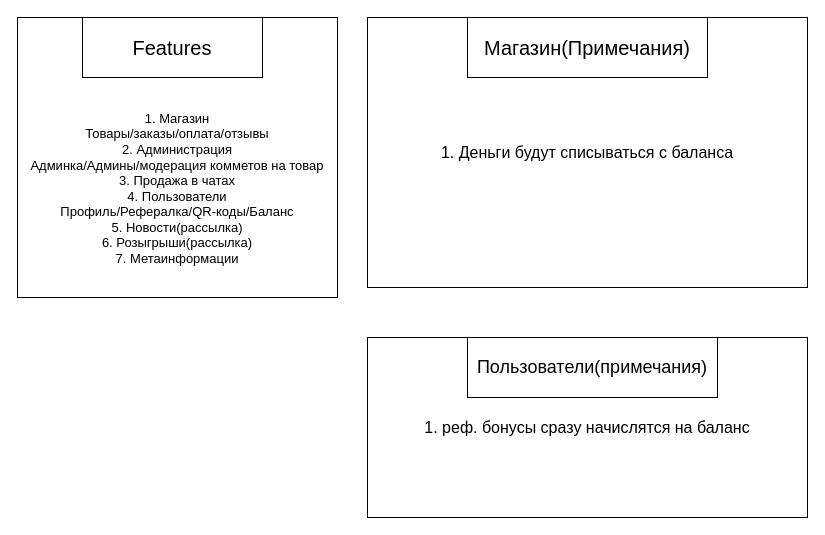
This is online_store_bot.drawio from Astro-edu-python/online_store_bot, a draw.io file, before an edit. Source tidied: cells renumbered, new cells numbered last; positions are measured from the earlier drawing's top-left corner, leaving out a move shared by most shapes. Both pictures are drawn from the tidied source at 100%, with x=0, y=0 at pixel (17, 17).
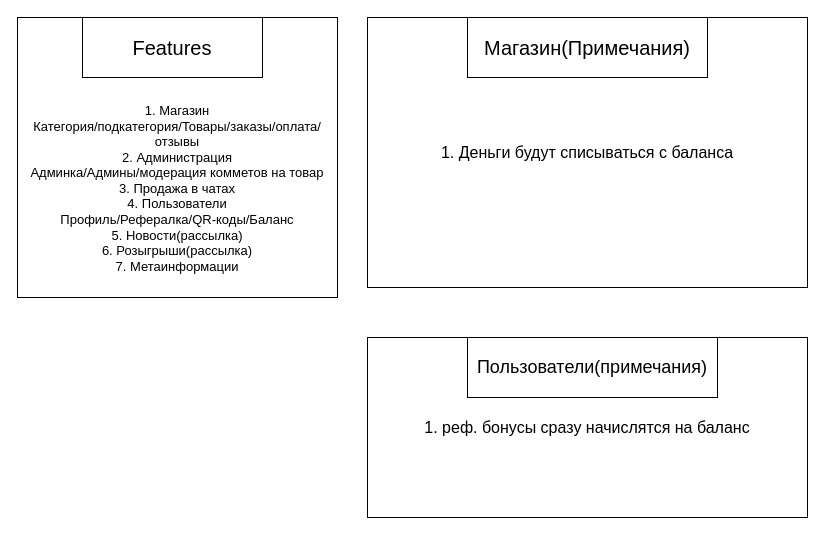
The same page after the edit.

The edit, as a diff of the source:
```diff
@@
 <mxGraphModel>
   <root>
     <mxCell id="0" />
     <mxCell id="1" parent="0" />
-    <mxCell id="2" value="&lt;div style=&quot;font-size: 13px;&quot;&gt;&lt;font style=&quot;font-size: 13px;&quot;&gt;&lt;br&gt;&lt;/font&gt;&lt;/div&gt;&lt;div style=&quot;font-size: 13px;&quot;&gt;&lt;font style=&quot;font-size: 13px;&quot;&gt;&lt;br&gt;&lt;/font&gt;&lt;/div&gt;&lt;div style=&quot;font-size: 13px;&quot;&gt;&lt;font style=&quot;font-size: 13px;&quot;&gt;&lt;br&gt;&lt;/font&gt;&lt;/div&gt;&lt;div style=&quot;font-size: 13px;&quot;&gt;&lt;font style=&quot;font-size: 13px;&quot;&gt;&lt;br&gt;&lt;/font&gt;&lt;/div&gt;&lt;div style=&quot;font-size: 13px;&quot;&gt;&lt;font style=&quot;font-size: 13px;&quot;&gt;1. Магазин&lt;/font&gt;&lt;/div&gt;&lt;div style=&quot;font-size: 13px;&quot;&gt;&lt;font style=&quot;font-size: 13px;&quot;&gt;Товары/заказы/оплата/отзывы&lt;/font&gt;&lt;/div&gt;&lt;div style=&quot;font-size: 13px;&quot;&gt;&lt;font style=&quot;font-size: 13px;&quot;&gt;2. Администрация&lt;/font&gt;&lt;/div&gt;&lt;div style=&quot;font-size: 13px;&quot;&gt;&lt;font style=&quot;font-size: 13px;&quot;&gt;Админка/Админы/модерация комметов на товар&lt;/font&gt;&lt;/div&gt;&lt;div style=&quot;font-size: 13px;&quot;&gt;&lt;font style=&quot;font-size: 13px;&quot;&gt;3. Продажа в чатах&lt;/font&gt;&lt;/div&gt;&lt;div style=&quot;font-size: 13px;&quot;&gt;&lt;font style=&quot;font-size: 13px;&quot;&gt;4. Пользователи&lt;/font&gt;&lt;/div&gt;&lt;div style=&quot;font-size: 13px;&quot;&gt;&lt;font style=&quot;font-size: 13px;&quot;&gt;Профиль/Рефералка/QR-коды/Баланс&lt;/font&gt;&lt;/div&gt;&lt;div style=&quot;font-size: 13px;&quot;&gt;&lt;font style=&quot;font-size: 13px;&quot;&gt;5. Новости(рассылка)&lt;/font&gt;&lt;/div&gt;&lt;div style=&quot;font-size: 13px;&quot;&gt;&lt;font style=&quot;font-size: 13px;&quot;&gt;6. Розыгрыши(рассылка)&lt;/font&gt;&lt;/div&gt;&lt;div style=&quot;font-size: 13px;&quot;&gt;&lt;font style=&quot;font-size: 13px;&quot;&gt;&lt;font style=&quot;font-size: 13px;&quot;&gt;7. Метаинформации&lt;/font&gt;&lt;font style=&quot;font-size: 13px;&quot;&gt;&lt;br&gt;&lt;/font&gt;&lt;/font&gt;&lt;/div&gt;" style="rounded=0;whiteSpace=wrap;html=1;fillColor=default;shadow=0;glass=0;noLabel=0;verticalAlign=middle;align=center;labelBackgroundColor=none;" parent="1" vertex="1">
+    <mxCell id="2" value="&lt;div style=&quot;font-size: 13px;&quot;&gt;&lt;font style=&quot;font-size: 13px;&quot;&gt;&lt;br&gt;&lt;/font&gt;&lt;/div&gt;&lt;div style=&quot;font-size: 13px;&quot;&gt;&lt;font style=&quot;font-size: 13px;&quot;&gt;&lt;br&gt;&lt;/font&gt;&lt;/div&gt;&lt;div style=&quot;font-size: 13px;&quot;&gt;&lt;font style=&quot;font-size: 13px;&quot;&gt;&lt;br&gt;&lt;/font&gt;&lt;/div&gt;&lt;div style=&quot;font-size: 13px;&quot;&gt;&lt;font style=&quot;font-size: 13px;&quot;&gt;&lt;br&gt;&lt;/font&gt;&lt;/div&gt;&lt;div style=&quot;font-size: 13px;&quot;&gt;&lt;font style=&quot;font-size: 13px;&quot;&gt;1. Магазин&lt;/font&gt;&lt;/div&gt;&lt;div style=&quot;font-size: 13px;&quot;&gt;&lt;font style=&quot;font-size: 13px;&quot;&gt;Категория/подкатегория/Товары/заказы/оплата/отзывы&lt;/font&gt;&lt;/div&gt;&lt;div style=&quot;font-size: 13px;&quot;&gt;&lt;font style=&quot;font-size: 13px;&quot;&gt;2. Администрация&lt;/font&gt;&lt;/div&gt;&lt;div style=&quot;font-size: 13px;&quot;&gt;&lt;font style=&quot;font-size: 13px;&quot;&gt;Админка/Админы/модерация комметов на товар&lt;/font&gt;&lt;/div&gt;&lt;div style=&quot;font-size: 13px;&quot;&gt;&lt;font style=&quot;font-size: 13px;&quot;&gt;3. Продажа в чатах&lt;/font&gt;&lt;/div&gt;&lt;div style=&quot;font-size: 13px;&quot;&gt;&lt;font style=&quot;font-size: 13px;&quot;&gt;4. Пользователи&lt;/font&gt;&lt;/div&gt;&lt;div style=&quot;font-size: 13px;&quot;&gt;&lt;font style=&quot;font-size: 13px;&quot;&gt;Профиль/Рефералка/QR-коды/Баланс&lt;/font&gt;&lt;/div&gt;&lt;div style=&quot;font-size: 13px;&quot;&gt;&lt;font style=&quot;font-size: 13px;&quot;&gt;5. Новости(рассылка)&lt;/font&gt;&lt;/div&gt;&lt;div style=&quot;font-size: 13px;&quot;&gt;&lt;font style=&quot;font-size: 13px;&quot;&gt;6. Розыгрыши(рассылка)&lt;/font&gt;&lt;/div&gt;&lt;div style=&quot;font-size: 13px;&quot;&gt;&lt;font style=&quot;font-size: 13px;&quot;&gt;&lt;font style=&quot;font-size: 13px;&quot;&gt;7. Метаинформации&lt;/font&gt;&lt;font style=&quot;font-size: 13px;&quot;&gt;&lt;br&gt;&lt;/font&gt;&lt;/font&gt;&lt;/div&gt;" style="rounded=0;whiteSpace=wrap;html=1;fillColor=default;shadow=0;glass=0;noLabel=0;verticalAlign=middle;align=center;labelBackgroundColor=none;" parent="1" vertex="1">
       <mxGeometry width="320" height="280" as="geometry" />
     </mxCell>
     <mxCell id="3" value="Features" style="rounded=0;whiteSpace=wrap;html=1;fontSize=20;" parent="1" vertex="1">
       <mxGeometry x="65" width="180" height="60" as="geometry" />
     </mxCell>
     <mxCell id="4" value="&lt;font style=&quot;font-size: 16px;&quot;&gt;1. Деньги будут списываться с баланса&lt;/font&gt;" style="rounded=0;whiteSpace=wrap;html=1;fontSize=16;align=center;" parent="1" vertex="1">
       <mxGeometry x="350" width="440" height="270" as="geometry" />
     </mxCell>
     <mxCell id="5" value="Магазин(Примечания)" style="rounded=0;whiteSpace=wrap;html=1;fontSize=20;" parent="1" vertex="1">
       <mxGeometry x="450" width="240" height="60" as="geometry" />
     </mxCell>
     <mxCell id="6" value="1. реф. бонусы сразу начислятся на баланс" style="rounded=0;whiteSpace=wrap;html=1;fontSize=16;" parent="1" vertex="1">
       <mxGeometry x="350" y="320" width="440" height="180" as="geometry" />
     </mxCell>
     <mxCell id="7" value="Пользователи(примечания)" style="rounded=0;whiteSpace=wrap;html=1;fontSize=18;" parent="1" vertex="1">
       <mxGeometry x="450" y="320" width="250" height="60" as="geometry" />
     </mxCell>
   </root>
 </mxGraphModel>
```
